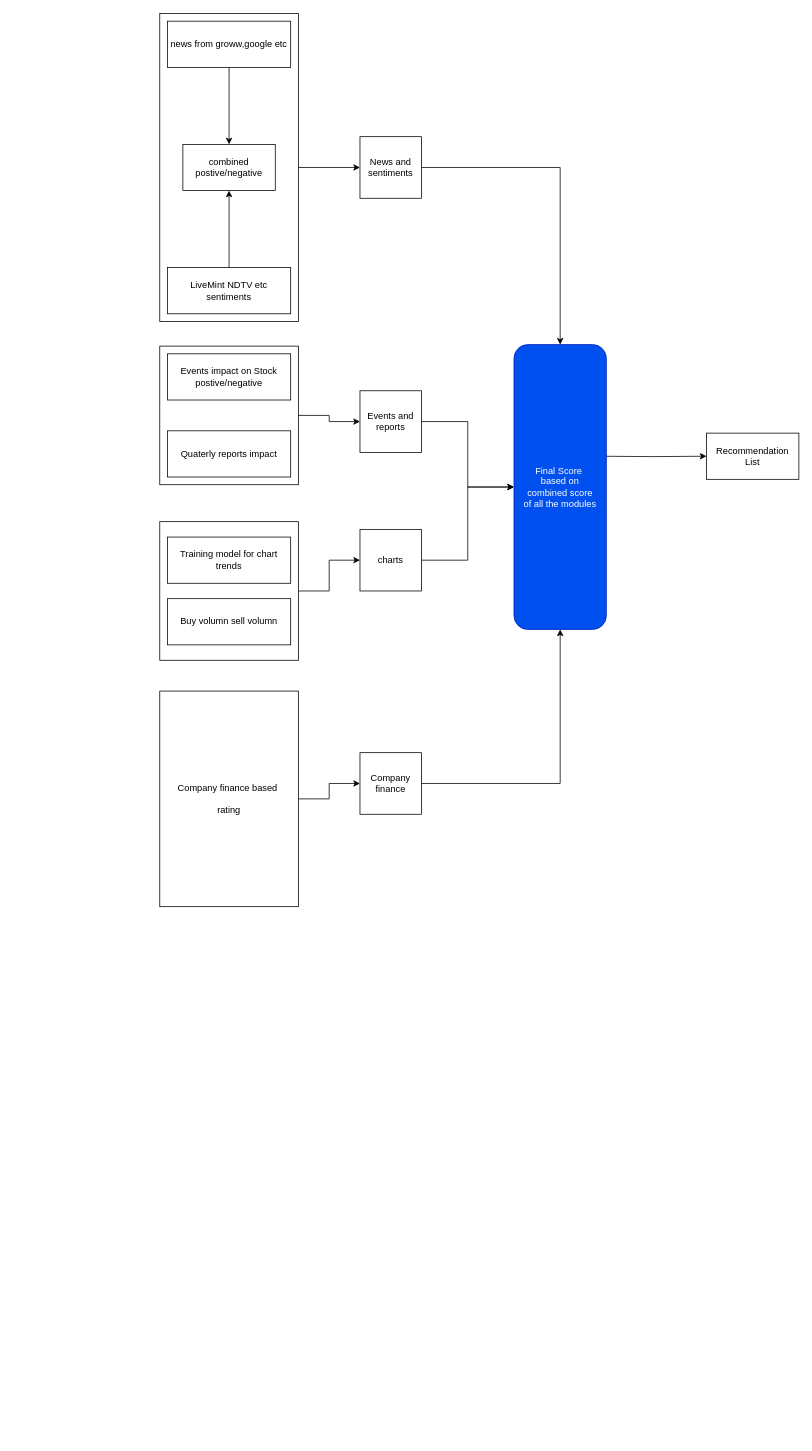
Before: Untitled Diagram.drawio in Tejasjagdale/FinTrack, a draw.io diagram. Source tidied: cells renumbered, new cells numbered last; positions are measured from the earlier drawing's top-left corner, leaving out a move shared by most shapes. Both pictures are drawn from the tidied source at 77%, with x=0, y=0 at pixel (159, 13).
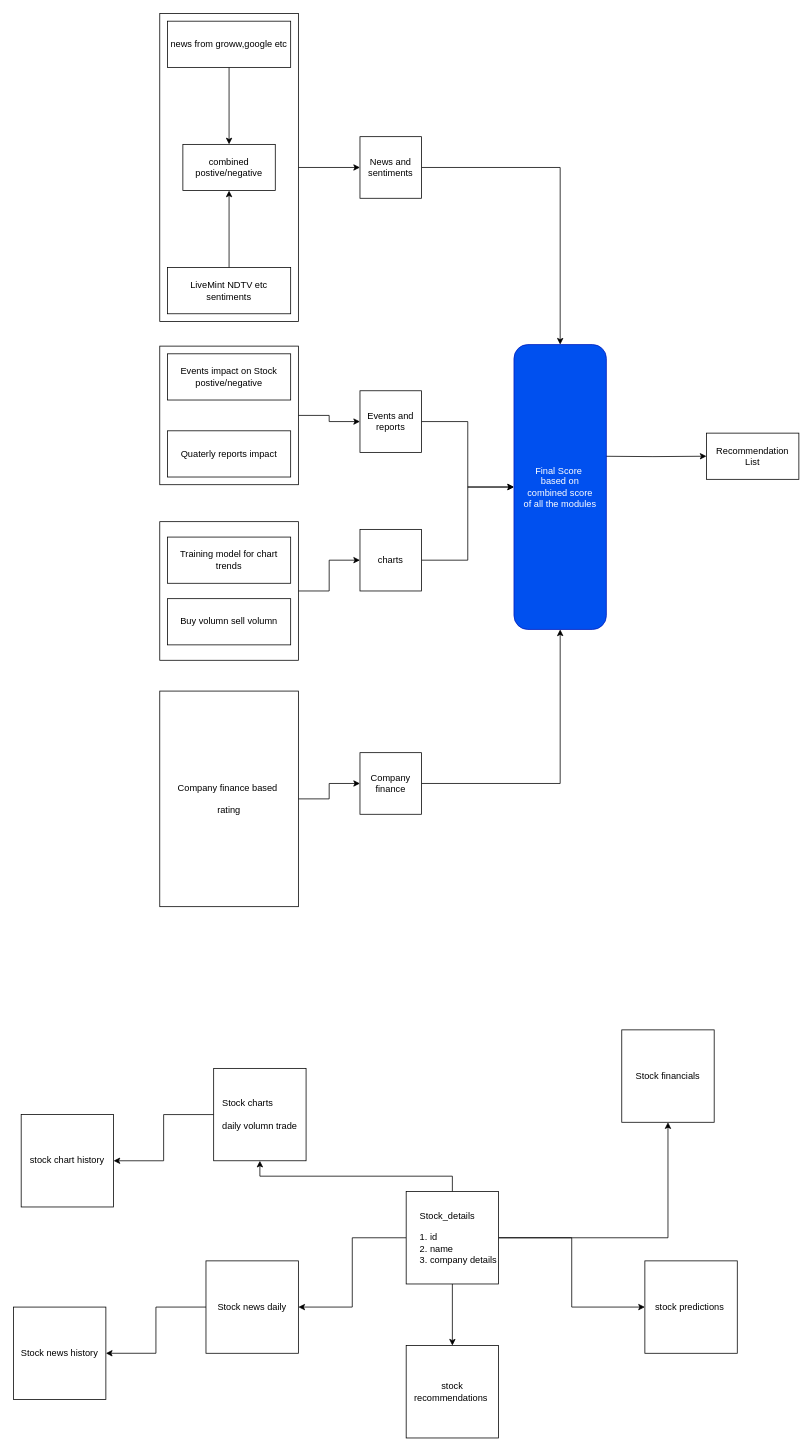
Above is the later version.

Diff of the diagram source:
```diff
@@
+    <mxCell id="30" style="edgeStyle=orthogonalEdgeStyle;rounded=0;jettySize=auto;html=1;" parent="1" edge="1" source="35" target="36">
+      <mxGeometry relative="1" as="geometry">
+        <Array as="points">
+          <mxPoint x="660" y="1590" />
+        </Array>
+      </mxGeometry>
+    </mxCell>
+    <mxCell id="31" style="edgeStyle=orthogonalEdgeStyle;rounded=0;jettySize=auto;html=1;exitX=0.5;exitY=0;exitDx=0;exitDy=0;" parent="1" edge="1" source="35" target="38">
+      <mxGeometry relative="1" as="geometry" />
+    </mxCell>
+    <mxCell id="32" style="edgeStyle=orthogonalEdgeStyle;rounded=0;jettySize=auto;html=1;" parent="1" edge="1" source="35" target="40">
+      <mxGeometry relative="1" as="geometry" />
+    </mxCell>
+    <mxCell id="33" style="edgeStyle=orthogonalEdgeStyle;rounded=0;jettySize=auto;html=1;" parent="1" edge="1" source="35" target="42">
+      <mxGeometry relative="1" as="geometry" />
+    </mxCell>
+    <mxCell id="34" style="edgeStyle=orthogonalEdgeStyle;rounded=0;jettySize=auto;html=1;" parent="1" edge="1" source="35" target="43">
+      <mxGeometry relative="1" as="geometry" />
+    </mxCell>
+    <mxCell id="35" value="&lt;div style=&quot;text-align: justify;&quot;&gt;&lt;span style=&quot;background-color: initial;&quot;&gt;Stock_details&lt;/span&gt;&lt;/div&gt;&lt;div style=&quot;text-align: justify;&quot;&gt;&lt;br&gt;&lt;/div&gt;&lt;div style=&quot;text-align: justify;&quot;&gt;1. id&lt;/div&gt;&lt;div style=&quot;text-align: justify;&quot;&gt;2. name&lt;/div&gt;&lt;div style=&quot;text-align: justify;&quot;&gt;3. company details&lt;/div&gt;" style="whiteSpace=wrap;html=1;align=right;" parent="1" vertex="1">
+      <mxGeometry x="320" y="1530" width="120" height="120" as="geometry" />
+    </mxCell>
+    <mxCell id="36" value="Stock financials" style="whiteSpace=wrap;html=1;" parent="1" vertex="1">
+      <mxGeometry x="600" y="1320" width="120" height="120" as="geometry" />
+    </mxCell>
+    <mxCell id="37" style="edgeStyle=orthogonalEdgeStyle;rounded=0;jettySize=auto;html=1;" parent="1" edge="1" source="38" target="41">
+      <mxGeometry relative="1" as="geometry" />
+    </mxCell>
+    <mxCell id="38" value="&lt;div style=&quot;text-align: justify;&quot;&gt;&lt;span style=&quot;background-color: initial;&quot;&gt;Stock charts&lt;/span&gt;&lt;/div&gt;&lt;div style=&quot;text-align: justify;&quot;&gt;&lt;br&gt;&lt;/div&gt;&lt;div style=&quot;text-align: justify;&quot;&gt;daily volumn trade&lt;/div&gt;" style="whiteSpace=wrap;html=1;" parent="1" vertex="1">
+      <mxGeometry x="70" y="1370" width="120" height="120" as="geometry" />
+    </mxCell>
+    <mxCell id="39" style="edgeStyle=orthogonalEdgeStyle;rounded=0;jettySize=auto;html=1;" parent="1" edge="1" source="40" target="44">
+      <mxGeometry relative="1" as="geometry" />
+    </mxCell>
+    <mxCell id="40" value="Stock news daily" style="whiteSpace=wrap;html=1;" parent="1" vertex="1">
+      <mxGeometry x="60" y="1620" width="120" height="120" as="geometry" />
+    </mxCell>
+    <mxCell id="41" value="stock chart history" style="whiteSpace=wrap;html=1;" parent="1" vertex="1">
+      <mxGeometry x="-180" y="1430" width="120" height="120" as="geometry" />
+    </mxCell>
+    <mxCell id="42" value="stock recommendations&amp;nbsp;" style="whiteSpace=wrap;html=1;" parent="1" vertex="1">
+      <mxGeometry x="320" y="1730" width="120" height="120" as="geometry" />
+    </mxCell>
+    <mxCell id="43" value="&lt;div style=&quot;&quot;&gt;stock predictions&amp;nbsp;&lt;/div&gt;" style="whiteSpace=wrap;html=1;align=center;" parent="1" vertex="1">
+      <mxGeometry x="630" y="1620" width="120" height="120" as="geometry" />
+    </mxCell>
+    <mxCell id="44" value="Stock news history" style="whiteSpace=wrap;html=1;" parent="1" vertex="1">
+      <mxGeometry x="-190" y="1680" width="120" height="120" as="geometry" />
+    </mxCell>
```
